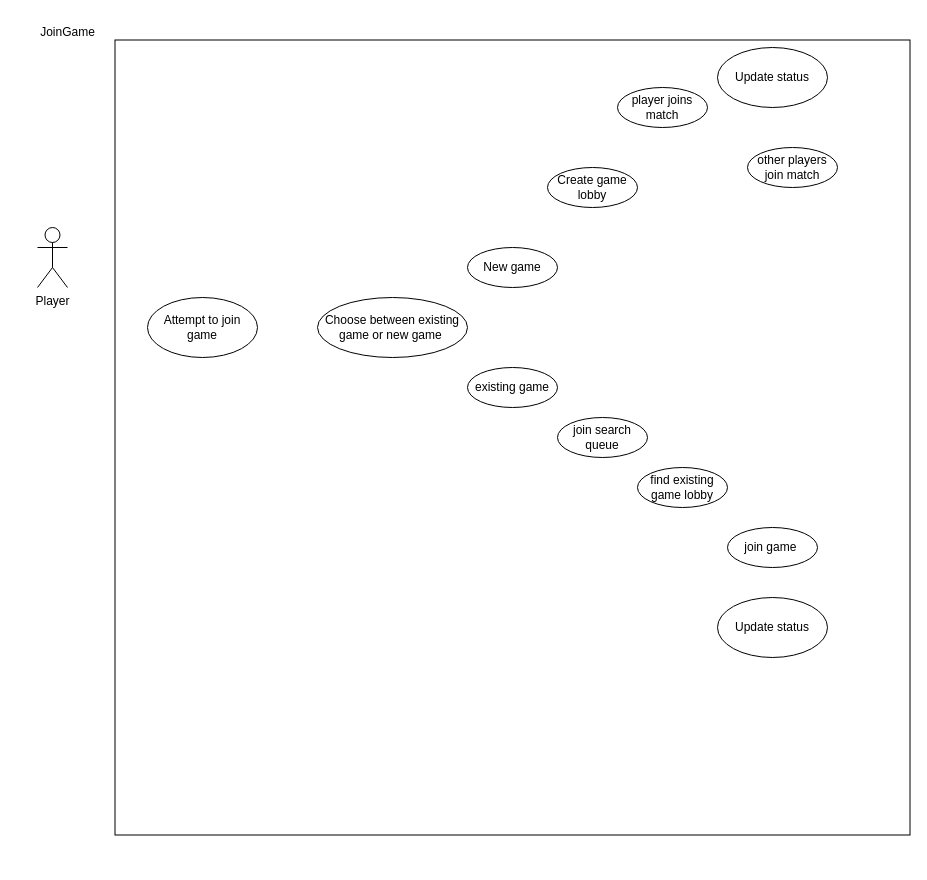
Above: join_match.drawio in farshadislam/Socketed-Multigame-GUI (draw.io), before the change. Source tidied: cells renumbered, new cells numbered last; positions are measured from the earlier drawing's top-left corner, leaving out a move shared by most shapes. Both pictures are drawn from the tidied source at 100%, with x=0, y=0 at pixel (27, 17).
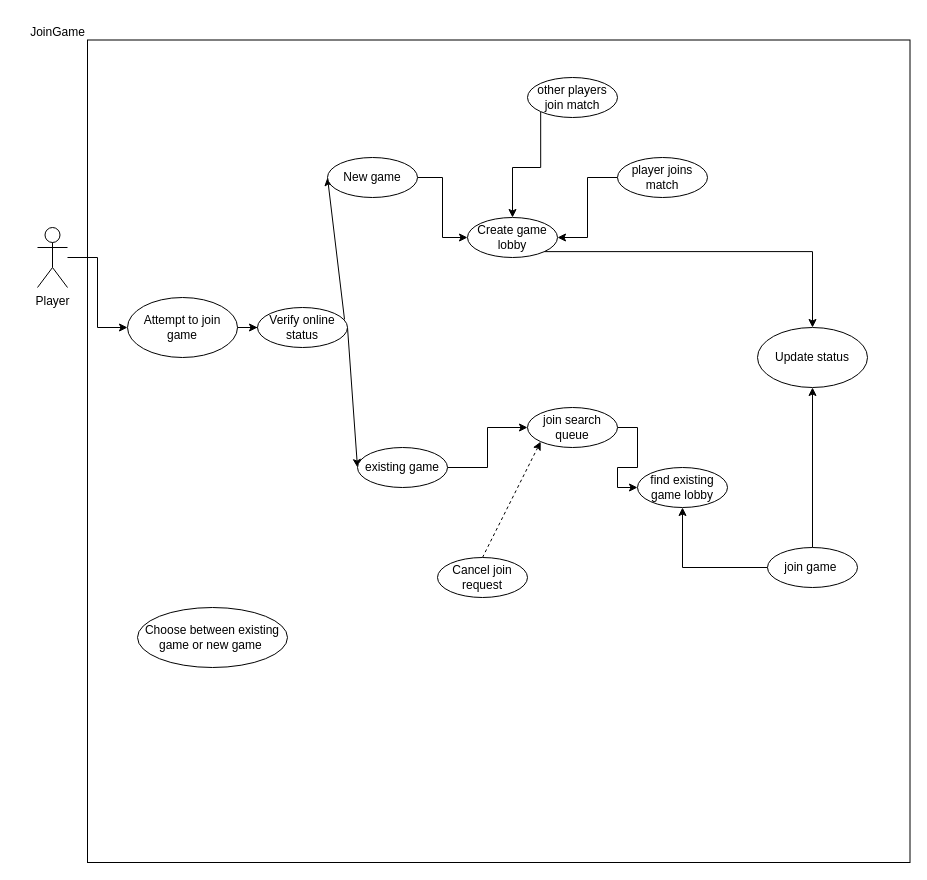
Above is the later version.

Commit message (it also covers changes not shown here):
Worked on the draw.io files, making use case diagrams for Disconnect player, join match, Verify online status. Done with use cases, just need to work on the relationships between them

Unchanged cells that the change refers to:
```xml
<mxCell id="3" value="Player" style="shape=umlActor;verticalLabelPosition=bottom;verticalAlign=top;html=1;outlineConnect=0;" parent="1" vertex="1">
  <mxGeometry x="10" y="210" width="30" height="60" as="geometry" />
</mxCell>
<mxCell id="13" value="find existing game lobby" style="ellipse;whiteSpace=wrap;html=1;" parent="1" vertex="1">
  <mxGeometry x="610" y="450" width="90" height="40" as="geometry" />
</mxCell>
```

What changed in the source:
```diff
@@
     <mxCell id="2" style="whiteSpace=wrap;html=1;" parent="1" vertex="1">
-      <mxGeometry x="87.5" y="22.5" width="795" height="795" as="geometry" />
+      <mxGeometry x="60" y="22.5" width="822.5" height="822.5" as="geometry" />
     </mxCell>
+    <mxCell id="17" style="edgeStyle=orthogonalEdgeStyle;rounded=0;jettySize=auto;html=1;entryX=0;entryY=0.5;entryDx=0;entryDy=0;" parent="1" edge="1" source="3" target="5">
+      <mxGeometry relative="1" as="geometry" />
+    </mxCell>
@@
     <mxCell id="4" value="JoinGame" style="text;html=1;align=center;verticalAlign=middle;strokeColor=none;fillColor=none;" parent="1" vertex="1">
-      <mxGeometry width="80" height="30" as="geometry" />
+      <mxGeometry x="-10" width="80" height="30" as="geometry" />
     </mxCell>
+    <mxCell id="18" style="rounded=0;jettySize=auto;html=1;exitX=0.967;exitY=0.3;exitDx=0;exitDy=0;entryX=0;entryY=0.5;entryDx=0;entryDy=0;exitPerimeter=0;" parent="1" edge="1" source="31" target="7">
+      <mxGeometry relative="1" as="geometry" />
+    </mxCell>
+    <mxCell id="19" style="rounded=0;jettySize=auto;html=1;exitX=1;exitY=0.5;exitDx=0;exitDy=0;entryX=0;entryY=0.5;entryDx=0;entryDy=0;" parent="1" edge="1" source="31" target="11">
+      <mxGeometry relative="1" as="geometry" />
+    </mxCell>
+    <mxCell id="20" style="edgeStyle=orthogonalEdgeStyle;rounded=0;jettySize=auto;html=1;" parent="1" edge="1" source="5" target="31">
+      <mxGeometry relative="1" as="geometry" />
+    </mxCell>
     <mxCell id="5" value="Attempt to join game" style="ellipse;whiteSpace=wrap;html=1;" parent="1" vertex="1">
-      <mxGeometry x="120" y="280" width="110" height="60" as="geometry" />
+      <mxGeometry x="100" y="280" width="110" height="60" as="geometry" />
     </mxCell>
     <mxCell id="6" value="Choose between existing game or new game&amp;nbsp;" style="ellipse;whiteSpace=wrap;html=1;" parent="1" vertex="1">
-      <mxGeometry x="290" y="280" width="150" height="60" as="geometry" />
+      <mxGeometry x="110" y="590" width="150" height="60" as="geometry" />
     </mxCell>
+    <mxCell id="21" style="edgeStyle=orthogonalEdgeStyle;rounded=0;jettySize=auto;html=1;exitX=1;exitY=0.5;exitDx=0;exitDy=0;entryX=0;entryY=0.5;entryDx=0;entryDy=0;" parent="1" edge="1" source="7" target="8">
+      <mxGeometry relative="1" as="geometry" />
+    </mxCell>
     <mxCell id="7" value="New game" style="ellipse;whiteSpace=wrap;html=1;" parent="1" vertex="1">
-      <mxGeometry x="440" y="230" width="90" height="40" as="geometry" />
+      <mxGeometry x="300" y="140" width="90" height="40" as="geometry" />
     </mxCell>
     <mxCell id="8" value="Create game lobby" style="ellipse;whiteSpace=wrap;html=1;" parent="1" vertex="1">
-      <mxGeometry x="520" y="150" width="90" height="40" as="geometry" />
+      <mxGeometry x="440" y="200" width="90" height="40" as="geometry" />
     </mxCell>
+    <mxCell id="22" style="edgeStyle=orthogonalEdgeStyle;rounded=0;jettySize=auto;html=1;exitX=1;exitY=1;exitDx=0;exitDy=0;entryX=0.5;entryY=0;entryDx=0;entryDy=0;" parent="1" edge="1" source="8" target="16">
+      <mxGeometry relative="1" as="geometry" />
+    </mxCell>
+    <mxCell id="23" style="edgeStyle=orthogonalEdgeStyle;rounded=0;jettySize=auto;html=1;entryX=1;entryY=0.5;entryDx=0;entryDy=0;" parent="1" edge="1" source="9" target="8">
+      <mxGeometry relative="1" as="geometry" />
+    </mxCell>
     <mxCell id="9" value="player joins match" style="ellipse;whiteSpace=wrap;html=1;" parent="1" vertex="1">
-      <mxGeometry x="590" y="70" width="90" height="40" as="geometry" />
+      <mxGeometry x="590" y="140" width="90" height="40" as="geometry" />
     </mxCell>
+    <mxCell id="24" style="edgeStyle=orthogonalEdgeStyle;rounded=0;jettySize=auto;html=1;exitX=0;exitY=1;exitDx=0;exitDy=0;entryX=0.5;entryY=0;entryDx=0;entryDy=0;" parent="1" edge="1" source="10" target="8">
+      <mxGeometry relative="1" as="geometry" />
+    </mxCell>
     <mxCell id="10" value="other players join match" style="ellipse;whiteSpace=wrap;html=1;" parent="1" vertex="1">
-      <mxGeometry x="720" y="130" width="90" height="40" as="geometry" />
+      <mxGeometry x="500" y="60" width="90" height="40" as="geometry" />
     </mxCell>
+    <mxCell id="25" style="edgeStyle=orthogonalEdgeStyle;rounded=0;jettySize=auto;html=1;exitX=1;exitY=0.5;exitDx=0;exitDy=0;" parent="1" edge="1" source="11" target="12">
+      <mxGeometry relative="1" as="geometry" />
+    </mxCell>
     <mxCell id="11" value="existing game" style="ellipse;whiteSpace=wrap;html=1;" parent="1" vertex="1">
-      <mxGeometry x="440" y="350" width="90" height="40" as="geometry" />
+      <mxGeometry x="330" y="430" width="90" height="40" as="geometry" />
     </mxCell>
+    <mxCell id="26" style="edgeStyle=orthogonalEdgeStyle;rounded=0;jettySize=auto;html=1;exitX=1;exitY=0.5;exitDx=0;exitDy=0;entryX=0;entryY=0.5;entryDx=0;entryDy=0;" parent="1" edge="1" source="12" target="13">
+      <mxGeometry relative="1" as="geometry" />
+    </mxCell>
     <mxCell id="12" value="join search queue" style="ellipse;whiteSpace=wrap;html=1;" parent="1" vertex="1">
-      <mxGeometry x="530" y="400" width="90" height="40" as="geometry" />
+      <mxGeometry x="500" y="390" width="90" height="40" as="geometry" />
     </mxCell>
@@
+    <mxCell id="27" style="edgeStyle=orthogonalEdgeStyle;rounded=0;jettySize=auto;html=1;exitX=0.5;exitY=0;exitDx=0;exitDy=0;" parent="1" edge="1" source="14" target="16">
+      <mxGeometry relative="1" as="geometry" />
+    </mxCell>
+    <mxCell id="28" style="edgeStyle=orthogonalEdgeStyle;rounded=0;jettySize=auto;html=1;exitX=0;exitY=0.5;exitDx=0;exitDy=0;entryX=0.5;entryY=1;entryDx=0;entryDy=0;" parent="1" edge="1" source="14" target="13">
+      <mxGeometry relative="1" as="geometry" />
+    </mxCell>
     <mxCell id="14" value="join game&amp;nbsp;" style="ellipse;whiteSpace=wrap;html=1;" parent="1" vertex="1">
-      <mxGeometry x="700" y="510" width="90" height="40" as="geometry" />
+      <mxGeometry x="740" y="530" width="90" height="40" as="geometry" />
     </mxCell>
-    <mxCell id="15" value="Update status" style="ellipse;whiteSpace=wrap;html=1;" parent="1" vertex="1">
-      <mxGeometry x="690" y="580" width="110" height="60" as="geometry" />
-    </mxCell>
     <mxCell id="16" value="Update status" style="ellipse;whiteSpace=wrap;html=1;" parent="1" vertex="1">
-      <mxGeometry x="690" y="30" width="110" height="60" as="geometry" />
+      <mxGeometry x="730" y="310" width="110" height="60" as="geometry" />
     </mxCell>
+    <mxCell id="29" style="rounded=0;jettySize=auto;html=1;exitX=0.5;exitY=0;exitDx=0;exitDy=0;entryX=0;entryY=1;entryDx=0;entryDy=0;dashed=1;" parent="1" edge="1" source="30" target="12">
+      <mxGeometry relative="1" as="geometry" />
+    </mxCell>
+    <mxCell id="30" value="Cancel join request" style="ellipse;whiteSpace=wrap;html=1;" parent="1" vertex="1">
+      <mxGeometry x="410" y="540" width="90" height="40" as="geometry" />
+    </mxCell>
+    <mxCell id="31" value="Verify online status" style="ellipse;whiteSpace=wrap;html=1;" parent="1" vertex="1">
+      <mxGeometry x="230" y="290" width="90" height="40" as="geometry" />
+    </mxCell>
```
